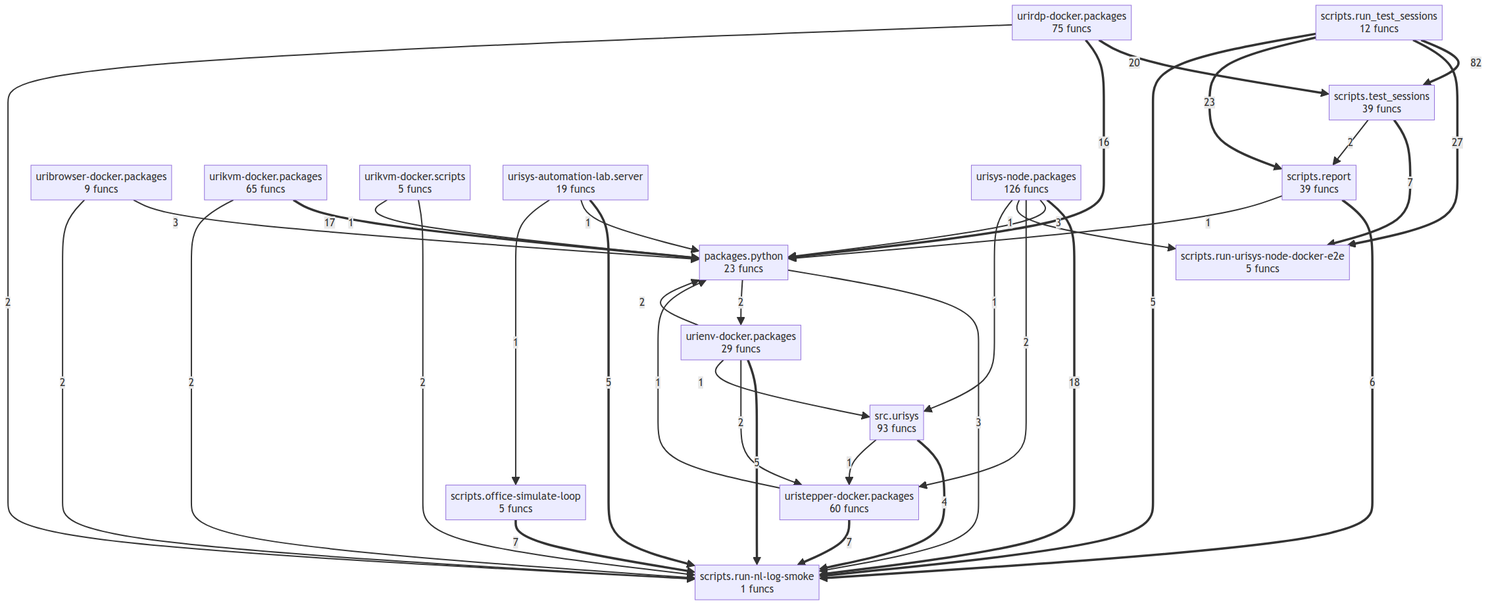
The Mermaid diagram project/compact_flow.png in tellmesh/urisys, before a commit. Its source is kept beside it as project/compact_flow.mmd.
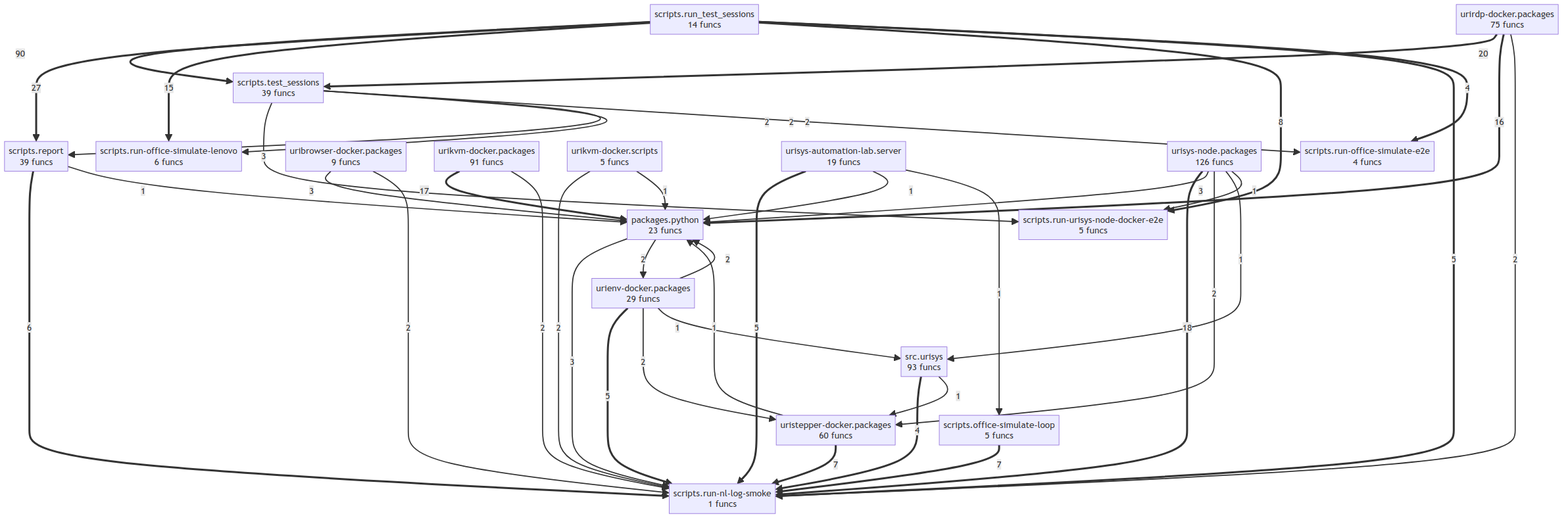
After the commit.

Change to the diagram source:
```diff
@@ -3,38 +3,44 @@
     scripts__office_simulate_loop["scripts.office-simulate-loop<br/>5 funcs"]
     scripts__report["scripts.report<br/>39 funcs"]
     scripts__run_nl_log_smoke["scripts.run-nl-log-smoke<br/>1 funcs"]
+    scripts__run_office_simulate_e2e["scripts.run-office-simulate-e2e<br/>4 funcs"]
+    scripts__run_office_simulate_lenovo["scripts.run-office-simulate-lenovo<br/>6 funcs"]
     scripts__run_urisys_node_docker_e2e["scripts.run-urisys-node-docker-e2e<br/>5 funcs"]
-    scripts__run_test_sessions["scripts.run_test_sessions<br/>12 funcs"]
+    scripts__run_test_sessions["scripts.run_test_sessions<br/>14 funcs"]
     scripts__test_sessions["scripts.test_sessions<br/>39 funcs"]
     src__urisys["src.urisys<br/>93 funcs"]
     uribrowser_docker__packages["uribrowser-docker.packages<br/>9 funcs"]
     urienv_docker__packages["urienv-docker.packages<br/>29 funcs"]
-    urikvm_docker__packages["urikvm-docker.packages<br/>65 funcs"]
+    urikvm_docker__packages["urikvm-docker.packages<br/>91 funcs"]
     urikvm_docker__scripts["urikvm-docker.scripts<br/>5 funcs"]
     urirdp_docker__packages["urirdp-docker.packages<br/>75 funcs"]
     uristepper_docker__packages["uristepper-docker.packages<br/>60 funcs"]
     urisys_automation_lab__server["urisys-automation-lab.server<br/>19 funcs"]
     urisys_node__packages["urisys-node.packages<br/>126 funcs"]
-    scripts__run_test_sessions ==>|82| scripts__test_sessions
-    scripts__run_test_sessions ==>|27| scripts__run_urisys_node_docker_e2e
-    scripts__run_test_sessions ==>|23| scripts__report
+    scripts__run_test_sessions ==>|90| scripts__test_sessions
+    scripts__run_test_sessions ==>|27| scripts__report
     urirdp_docker__packages ==>|20| scripts__test_sessions
     urisys_node__packages ==>|18| scripts__run_nl_log_smoke
     urikvm_docker__packages ==>|17| packages__python
     urirdp_docker__packages ==>|16| packages__python
+    scripts__run_test_sessions ==>|15| scripts__run_office_simulate_lenovo
+    scripts__run_test_sessions ==>|8| scripts__run_urisys_node_docker_e2e
     uristepper_docker__packages ==>|7| scripts__run_nl_log_smoke
     scripts__office_simulate_loop ==>|7| scripts__run_nl_log_smoke
-    scripts__test_sessions ==>|7| scripts__run_urisys_node_docker_e2e
     scripts__report ==>|6| scripts__run_nl_log_smoke
     urisys_automation_lab__server ==>|5| scripts__run_nl_log_smoke
     urienv_docker__packages ==>|5| scripts__run_nl_log_smoke
     scripts__run_test_sessions ==>|5| scripts__run_nl_log_smoke
     src__urisys ==>|4| scripts__run_nl_log_smoke
+    scripts__run_test_sessions ==>|4| scripts__run_office_simulate_e2e
     packages__python -->|3| scripts__run_nl_log_smoke
+    scripts__test_sessions -->|3| scripts__run_urisys_node_docker_e2e
     uribrowser_docker__packages -->|3| packages__python
     urisys_node__packages -->|3| packages__python
     packages__python -->|2| urienv_docker__packages
+    scripts__test_sessions -->|2| scripts__run_office_simulate_lenovo
     scripts__test_sessions -->|2| scripts__report
+    scripts__test_sessions -->|2| scripts__run_office_simulate_e2e
     urirdp_docker__packages -->|2| scripts__run_nl_log_smoke
     uribrowser_docker__packages -->|2| scripts__run_nl_log_smoke
     urikvm_docker__packages -->|2| scripts__run_nl_log_smoke
@@ -42,12 +48,12 @@
     urienv_docker__packages -->|2| uristepper_docker__packages
     urienv_docker__packages -->|2| packages__python
     urisys_node__packages -->|2| uristepper_docker__packages
+    src__urisys -->|1| uristepper_docker__packages
     uristepper_docker__packages -->|1| packages__python
     scripts__report -->|1| packages__python
     urikvm_docker__scripts -->|1| packages__python
     urisys_automation_lab__server -->|1| packages__python
     urisys_automation_lab__server -->|1| scripts__office_simulate_loop
     urienv_docker__packages -->|1| src__urisys
+    urisys_node__packages -->|1| src__urisys
     urisys_node__packages -->|1| scripts__run_urisys_node_docker_e2e
-    src__urisys -->|1| uristepper_docker__packages
-    urisys_node__packages -->|1| src__urisys
```
